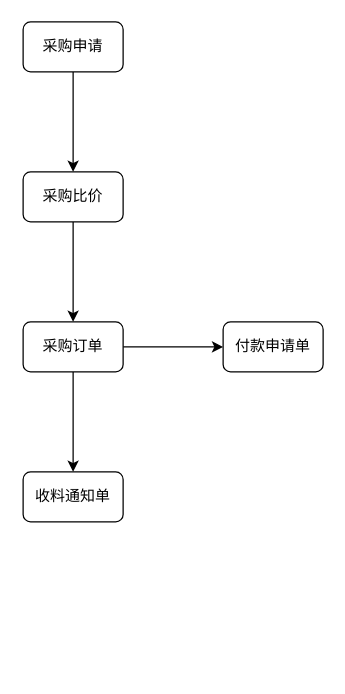
woaj01/- keeps this draw.io diagram as 采购申请.drawio. Above is the earlier version. Source tidied: cells renumbered, new cells numbered last; positions are measured from the earlier drawing's top-left corner, leaving out a move shared by most shapes. Both pictures are drawn from the tidied source at 125%, with x=0, y=0 at pixel (22, 21).
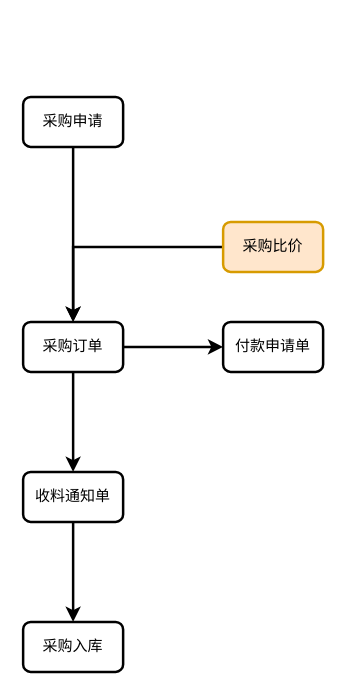
After the change.

Commit message:
更新采购申请.drawio

Change to the diagram source:
```diff
@@
 <mxGraphModel background="#ffffff">
   <root>
     <mxCell id="0" />
     <mxCell id="1" parent="0" />
-    <mxCell id="2" style="edgeStyle=orthogonalEdgeStyle;rounded=0;jettySize=auto;html=1;" parent="1" edge="1" source="3" target="5">
+    <mxCell id="2" style="edgeStyle=orthogonalEdgeStyle;rounded=0;jettySize=auto;html=1;entryX=0.5;entryY=0;entryDx=0;entryDy=0;strokeWidth=2;" parent="1" edge="1" source="3" target="8">
       <mxGeometry relative="1" as="geometry" />
     </mxCell>
-    <mxCell id="3" value="采购申请" style="rounded=1;whiteSpace=wrap;html=1;" parent="1" vertex="1">
-      <mxGeometry width="80" height="40" as="geometry" />
+    <mxCell id="3" value="采购申请" style="rounded=1;whiteSpace=wrap;html=1;strokeWidth=2;" parent="1" vertex="1">
+      <mxGeometry y="60" width="80" height="40" as="geometry" />
     </mxCell>
-    <mxCell id="4" style="edgeStyle=orthogonalEdgeStyle;rounded=0;jettySize=auto;html=1;" parent="1" edge="1" source="5" target="8">
+    <mxCell id="4" style="edgeStyle=orthogonalEdgeStyle;rounded=0;jettySize=auto;html=1;entryX=0.5;entryY=0;entryDx=0;entryDy=0;strokeWidth=2;" parent="1" edge="1" source="5" target="8">
       <mxGeometry relative="1" as="geometry" />
     </mxCell>
-    <mxCell id="5" value="采购比价" style="rounded=1;whiteSpace=wrap;html=1;" parent="1" vertex="1">
-      <mxGeometry y="120" width="80" height="40" as="geometry" />
+    <mxCell id="5" value="采购比价" style="rounded=1;whiteSpace=wrap;html=1;fillColor=#ffe6cc;strokeColor=#d79b00;strokeWidth=2;" parent="1" vertex="1">
+      <mxGeometry x="160" y="160" width="80" height="40" as="geometry" />
     </mxCell>
-    <mxCell id="6" style="edgeStyle=orthogonalEdgeStyle;rounded=0;jettySize=auto;html=1;" parent="1" edge="1" source="8" target="10">
+    <mxCell id="6" style="edgeStyle=orthogonalEdgeStyle;rounded=0;jettySize=auto;html=1;strokeWidth=2;" parent="1" edge="1" source="8" target="10">
       <mxGeometry relative="1" as="geometry" />
     </mxCell>
-    <mxCell id="7" style="edgeStyle=orthogonalEdgeStyle;rounded=0;jettySize=auto;html=1;" parent="1" edge="1" source="8" target="9">
+    <mxCell id="7" style="edgeStyle=orthogonalEdgeStyle;rounded=0;jettySize=auto;html=1;strokeWidth=2;" parent="1" edge="1" source="8" target="9">
       <mxGeometry relative="1" as="geometry" />
     </mxCell>
-    <mxCell id="8" value="采购订单" style="rounded=1;whiteSpace=wrap;html=1;" parent="1" vertex="1">
+    <mxCell id="8" value="采购订单" style="rounded=1;whiteSpace=wrap;html=1;strokeWidth=2;" parent="1" vertex="1">
       <mxGeometry y="240" width="80" height="40" as="geometry" />
     </mxCell>
-    <mxCell id="9" value="付款申请单" style="rounded=1;whiteSpace=wrap;html=1;" parent="1" vertex="1">
+    <mxCell id="9" value="付款申请单" style="rounded=1;whiteSpace=wrap;html=1;strokeWidth=2;" parent="1" vertex="1">
       <mxGeometry x="160" y="240" width="80" height="40" as="geometry" />
     </mxCell>
+    <mxCell id="11" style="edgeStyle=orthogonalEdgeStyle;rounded=0;jettySize=auto;html=1;strokeWidth=2;" parent="1" edge="1" source="10" target="12">
+      <mxGeometry relative="1" as="geometry" />
+    </mxCell>
-    <mxCell id="10" value="收料通知单" style="rounded=1;whiteSpace=wrap;html=1;" parent="1" vertex="1">
+    <mxCell id="10" value="收料通知单" style="rounded=1;whiteSpace=wrap;html=1;strokeWidth=2;" parent="1" vertex="1">
       <mxGeometry y="360" width="80" height="40" as="geometry" />
     </mxCell>
+    <mxCell id="12" value="采购入库&lt;br&gt;" style="rounded=1;whiteSpace=wrap;html=1;strokeWidth=2;" parent="1" vertex="1">
+      <mxGeometry y="480" width="80" height="40" as="geometry" />
+    </mxCell>
   </root>
 </mxGraphModel>
```
